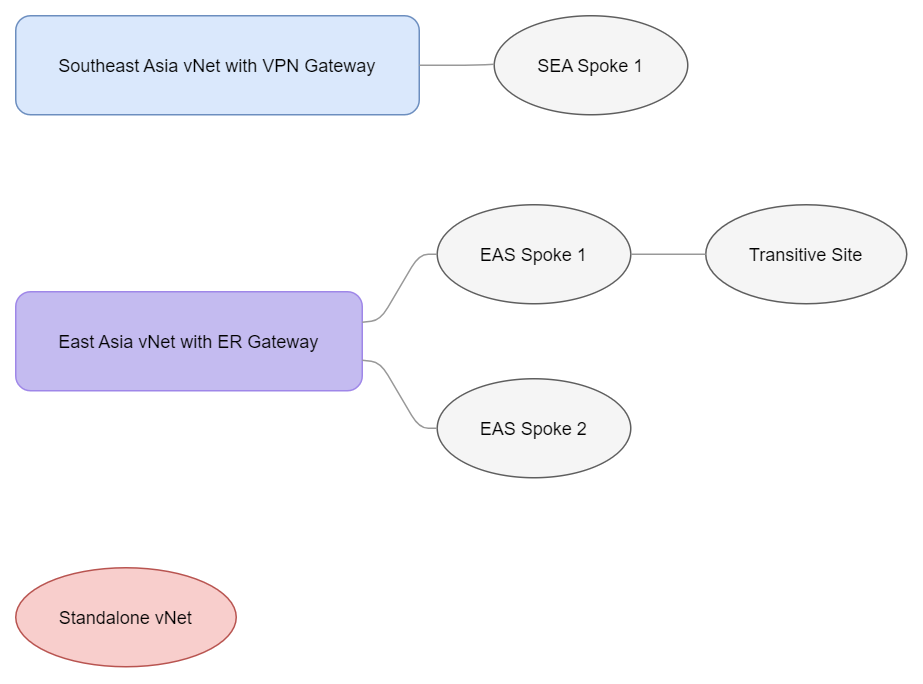
Earlier version of the draw.io export diagrams_csv_sample.png (ichiche/Azure-VNet-Diagram). Source tidied: cells renumbered, new cells last; positions are measured from the earlier drawing's top-left corner, leaving out a move shared by most shapes.
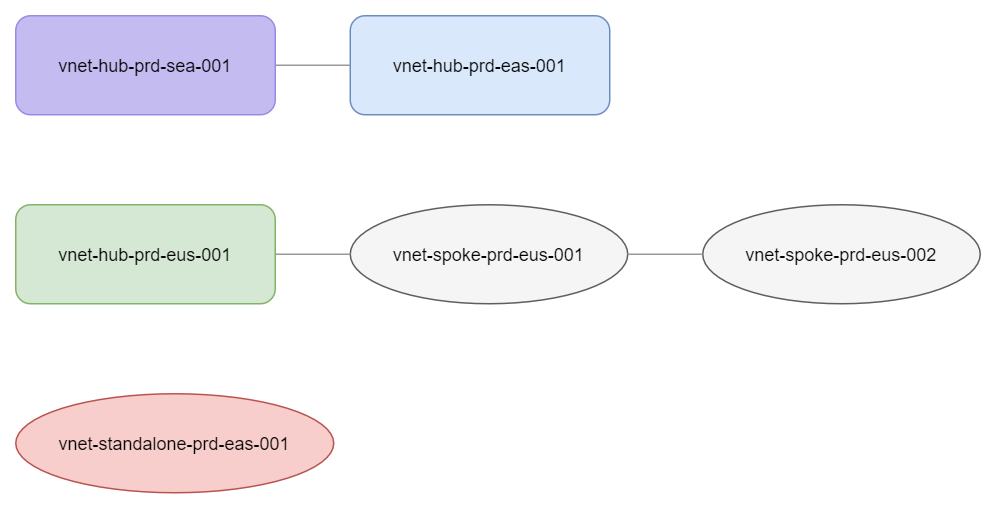
Above is the later version.

Diff of the diagram source:
```diff
@@ -2,72 +2,59 @@
   <root>
     <mxCell id="0" />
     <mxCell id="1" parent="0" />
+    <object id="13" label="%name%" name="vnet-hub-prd-eus-001" placeholders="1">
+      <mxCell style="rounded=1;fillColor=#d5e8d4;strokeColor=#82b366;" parent="1" vertex="1">
+        <mxGeometry y="126" width="173" height="66" as="geometry" />
+      </mxCell>
+    </object>
-    <object id="2" label="%name%" name="East Asia vNet with ER Gateway" placeholders="1">
+    <object id="2" label="%name%" name="vnet-hub-prd-sea-001" placeholders="1">
       <mxCell style="rounded=1;fillColor=#c4bbf0;strokeColor=#9f87e8;" parent="1" vertex="1">
-        <mxGeometry y="184" width="231" height="66" as="geometry" />
+        <mxGeometry width="173" height="66" as="geometry" />
       </mxCell>
     </object>
-    <object id="3" label="%name%" name="Southeast Asia vNet with VPN Gateway" placeholders="1">
+    <object id="3" label="%name%" name="vnet-hub-prd-eas-001" placeholders="1">
       <mxCell style="rounded=1;fillColor=#dae8fc;strokeColor=#6c8ebf;" parent="1" vertex="1">
-        <mxGeometry width="269" height="66" as="geometry" />
+        <mxGeometry x="223" width="173" height="66" as="geometry" />
       </mxCell>
     </object>
-    <object id="4" label="%name%" name="EAS Spoke 1" placeholders="1">
-      <mxCell style="shape=ellipse;fillColor=#f5f5f5;strokeColor=#5e5e5e;perimeter=ellipsePerimeter;" parent="1" vertex="1">
-        <mxGeometry x="281" y="126" width="129" height="66" as="geometry" />
-      </mxCell>
-    </object>
-    <object id="5" label="%name%" name="EAS Spoke 2" placeholders="1">
-      <mxCell style="shape=ellipse;fillColor=#f5f5f5;strokeColor=#5e5e5e;perimeter=ellipsePerimeter;" parent="1" vertex="1">
-        <mxGeometry x="281" y="242" width="129" height="66" as="geometry" />
-      </mxCell>
-    </object>
-    <object id="6" label="%name%" name="SEA Spoke 1" placeholders="1">
-      <mxCell style="shape=ellipse;fillColor=#f5f5f5;strokeColor=#5e5e5e;perimeter=ellipsePerimeter;" parent="1" vertex="1">
-        <mxGeometry x="319" width="129" height="66" as="geometry" />
-      </mxCell>
-    </object>
-    <object id="7" label="%name%" name="Transitive Site" placeholders="1">
-      <mxCell style="shape=ellipse;fillColor=#f5f5f5;strokeColor=#5e5e5e;perimeter=ellipsePerimeter;" parent="1" vertex="1">
-        <mxGeometry x="460" y="126" width="134" height="66" as="geometry" />
-      </mxCell>
-    </object>
+    <object id="14" label="%name%" name="vnet-spoke-prd-eus-001" placeholders="1">
+      <mxCell style="shape=ellipse;fillColor=#f5f5f5;strokeColor=#5e5e5e;perimeter=ellipsePerimeter;" parent="1" vertex="1">
+        <mxGeometry x="223" y="126" width="185" height="66" as="geometry" />
+      </mxCell>
+    </object>
+    <object id="15" label="%name%" name="vnet-spoke-prd-eus-002" placeholders="1">
+      <mxCell style="shape=ellipse;fillColor=#f5f5f5;strokeColor=#5e5e5e;perimeter=ellipsePerimeter;" parent="1" vertex="1">
+        <mxGeometry x="458" y="126" width="185" height="66" as="geometry" />
+      </mxCell>
+    </object>
-    <object id="8" label="%name%" name="Standalone vNet" placeholders="1">
+    <object id="8" label="%name%" name="vnet-standalone-prd-eas-001" placeholders="1">
       <mxCell style="shape=ellipse;fillColor=#f8cecc;strokeColor=#b85450;perimeter=ellipsePerimeter;" parent="1" vertex="1">
-        <mxGeometry y="368" width="147" height="66" as="geometry" />
+        <mxGeometry y="252" width="212" height="66" as="geometry" />
       </mxCell>
     </object>
-    <mxCell id="9" style="curved=0;endArrow=none;startArrow=none;strokeColor=#999999;endFill=1;" parent="1" edge="1" source="2" target="4">
-      <mxGeometry relative="1" as="geometry">
-        <Array as="points">
-          <mxPoint x="243" y="203" />
-          <mxPoint x="269" y="159" />
-        </Array>
-      </mxGeometry>
-    </mxCell>
-    <mxCell id="10" style="curved=0;endArrow=none;startArrow=none;strokeColor=#999999;endFill=1;" parent="1" edge="1" source="2" target="5">
-      <mxGeometry relative="1" as="geometry">
-        <Array as="points">
-          <mxPoint x="243" y="231" />
-          <mxPoint x="269" y="275" />
-        </Array>
-      </mxGeometry>
-    </mxCell>
-    <mxCell id="11" style="curved=0;endArrow=none;startArrow=none;strokeColor=#999999;endFill=1;" parent="1" edge="1" source="3" target="6">
-      <mxGeometry relative="1" as="geometry">
-        <Array as="points">
-          <mxPoint x="281" y="33" />
-          <mxPoint x="307" y="33" />
-        </Array>
-      </mxGeometry>
-    </mxCell>
-    <mxCell id="12" style="curved=0;endArrow=none;startArrow=none;strokeColor=#999999;endFill=1;" parent="1" edge="1" source="4" target="7">
-      <mxGeometry relative="1" as="geometry">
-        <Array as="points">
-          <mxPoint x="422" y="159" />
-          <mxPoint x="448" y="159" />
-        </Array>
-      </mxGeometry>
-    </mxCell>
+    <mxCell id="16" style="curved=0;endArrow=none;startArrow=none;strokeColor=#999999;endFill=1;" parent="1" edge="1" source="2" target="3">
+      <mxGeometry relative="1" as="geometry">
+        <Array as="points">
+          <mxPoint x="185" y="33" />
+          <mxPoint x="211" y="33" />
+        </Array>
+      </mxGeometry>
+    </mxCell>
+    <mxCell id="17" style="curved=0;endArrow=none;startArrow=none;strokeColor=#999999;endFill=1;" parent="1" edge="1" source="13" target="14">
+      <mxGeometry relative="1" as="geometry">
+        <Array as="points">
+          <mxPoint x="185" y="159" />
+          <mxPoint x="211" y="159" />
+        </Array>
+      </mxGeometry>
+    </mxCell>
+    <mxCell id="18" style="curved=0;endArrow=none;startArrow=none;strokeColor=#999999;endFill=1;" parent="1" edge="1" source="14" target="15">
+      <mxGeometry relative="1" as="geometry">
+        <Array as="points">
+          <mxPoint x="420" y="159" />
+          <mxPoint x="446" y="159" />
+        </Array>
+      </mxGeometry>
+    </mxCell>
   </root>
 </mxGraphModel>
```
